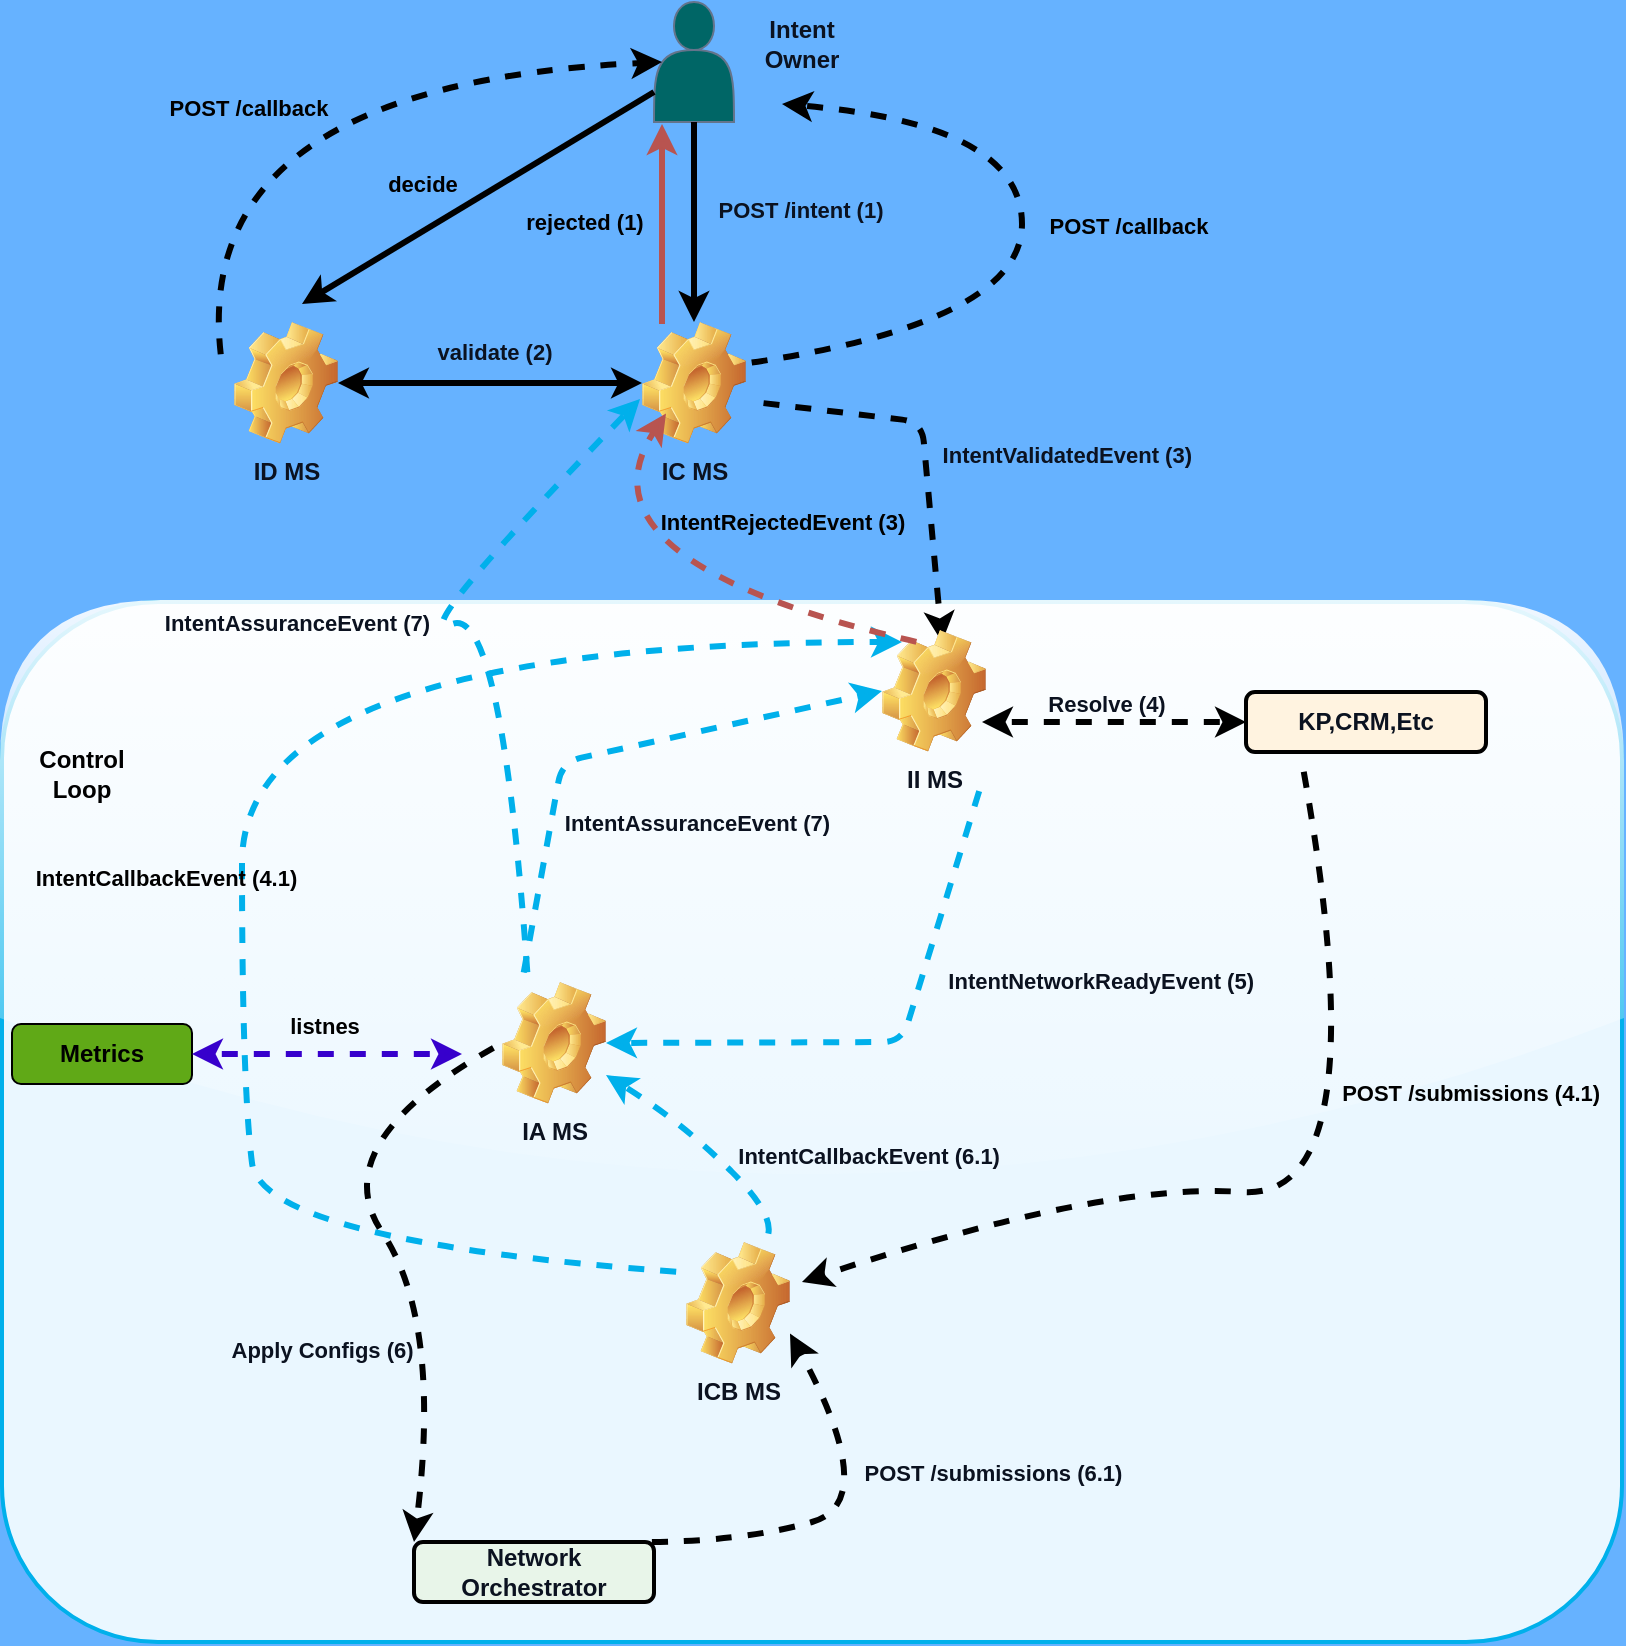
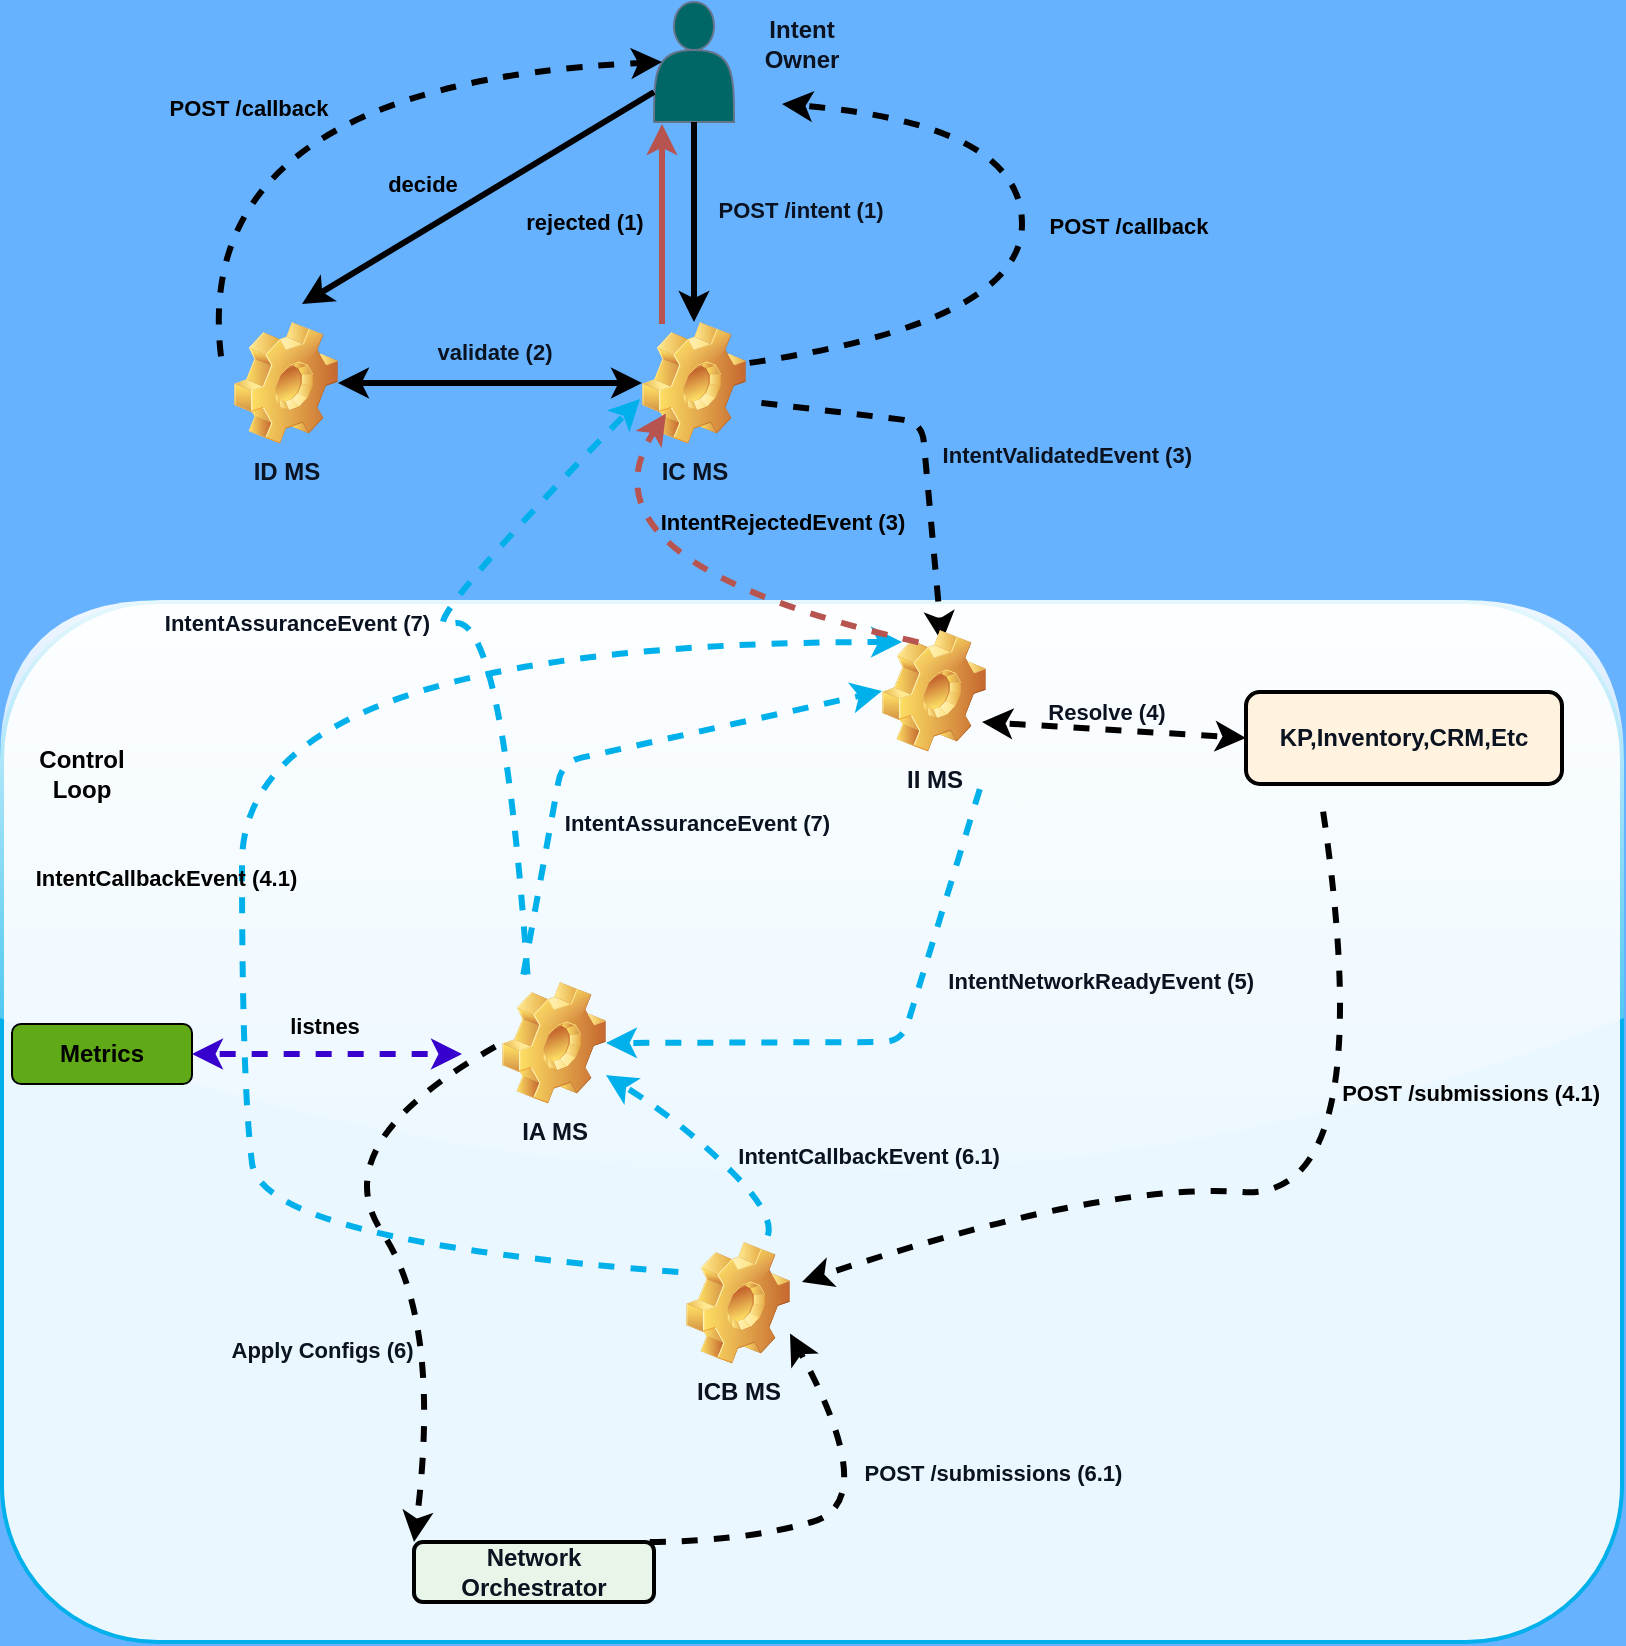
<mxfile host="65bd71144e">
    <diagram id="hkdiFI0e61aXNWWX01rr" name="Page-1">
        <mxGraphModel dx="678" dy="638" grid="1" gridSize="10" guides="1" tooltips="1" connect="1" arrows="1" fold="1" page="1" pageScale="1" pageWidth="827" pageHeight="1169" background="#66B2FF" math="0" shadow="0">
            <root>
                <mxCell id="0"/>
                <mxCell id="1" parent="0"/>
                <mxCell id="44" value="" style="rounded=1;whiteSpace=wrap;html=1;strokeWidth=2;glass=1;shadow=0;fillStyle=auto;fillColor=#EAF7FF;fontColor=#0B1220;strokeColor=#00B0EB;" parent="1" vertex="1">
                    <mxGeometry x="10" y="449" width="810" height="520" as="geometry"/>
                </mxCell>
                <mxCell id="2" value="IA MS" style="shape=image;html=1;verticalLabelPosition=bottom;verticalAlign=top;imageAspect=1;aspect=fixed;image=img/clipart/Gear_128x128.png;container=0;fontStyle=1;fillColor=#E6F7FF;strokeColor=#00B0EB;fontColor=#0B1220;strokeWidth=2;shadow=0;" parent="1" vertex="1">
                    <mxGeometry x="260" y="639" width="52" height="61" as="geometry"/>
                </mxCell>
                <mxCell id="7" value="" style="endArrow=classic;html=1;shadow=0;flowAnimation=1;strokeWidth=3;strokeColor=#00B0EB;entryX=0;entryY=0.5;entryDx=0;entryDy=0;jumpStyle=arc;fontColor=#0B1220;" parent="1" target="28" edge="1">
                    <mxGeometry width="50" height="50" relative="1" as="geometry">
                        <mxPoint x="270" y="639" as="sourcePoint"/>
                        <mxPoint x="430" y="489" as="targetPoint"/>
                        <Array as="points">
                            <mxPoint x="290" y="529"/>
                        </Array>
                    </mxGeometry>
                </mxCell>
                <mxCell id="9" value="IntentNetworkReadyEvent (5)" style="edgeLabel;align=center;verticalAlign=middle;resizable=0;points=[];container=0;fontColor=#0B1220;labelBackgroundColor=none;fontStyle=1;fillColor=#E8F5E9;strokeColor=#2E7D32;strokeWidth=2;shadow=0;" parent="7" vertex="1" connectable="0">
                    <mxGeometry x="0.0249" y="3" relative="1" as="geometry">
                        <mxPoint x="241" y="118" as="offset"/>
                    </mxGeometry>
                </mxCell>
                <mxCell id="8" value="" style="endArrow=classic;html=1;entryX=1;entryY=0.5;entryDx=0;entryDy=0;exitX=1;exitY=1;exitDx=0;exitDy=0;flowAnimation=1;jumpStyle=arc;strokeWidth=3;strokeColor=#00B0EB;fontColor=#0B1220;" parent="1" target="2" edge="1">
                    <mxGeometry width="50" height="50" relative="1" as="geometry">
                        <mxPoint x="500" y="539" as="sourcePoint"/>
                        <mxPoint x="470" y="719" as="targetPoint"/>
                        <Array as="points">
                            <mxPoint x="460" y="669"/>
                        </Array>
                    </mxGeometry>
                </mxCell>
                <mxCell id="10" value="IntentAssuranceEvent (7)" style="edgeLabel;align=center;verticalAlign=middle;resizable=0;points=[];container=0;labelBackgroundColor=none;fontStyle=1;fillColor=#FFEBEE;strokeColor=#C62828;fontColor=#0B1220;strokeWidth=2;shadow=0;" parent="8" vertex="1" connectable="0">
                    <mxGeometry x="-0.196" relative="1" as="geometry">
                        <mxPoint x="-109" y="-89" as="offset"/>
                    </mxGeometry>
                </mxCell>
                <mxCell id="12" value="IC MS" style="shape=image;html=1;verticalLabelPosition=bottom;verticalAlign=top;imageAspect=1;aspect=fixed;image=img/clipart/Gear_128x128.png;fontStyle=1;fillColor=#E6F7FF;strokeColor=#00B0EB;fontColor=#0B1220;strokeWidth=2;shadow=0;" parent="1" vertex="1">
                    <mxGeometry x="330" y="309" width="52" height="61" as="geometry"/>
                </mxCell>
                <mxCell id="13" value="" style="shape=actor;whiteSpace=wrap;html=1;fillColor=#006666;strokeColor=#64748B;fontColor=#0B1220;shadow=0;" parent="1" vertex="1">
                    <mxGeometry x="336" y="149" width="40" height="60" as="geometry"/>
                </mxCell>
                <mxCell id="14" value="" style="endArrow=classic;html=1;exitX=0.5;exitY=1;exitDx=0;exitDy=0;strokeWidth=3;flowAnimation=0;strokeColor=default;fontColor=#0B1220;" parent="1" source="13" target="12" edge="1">
                    <mxGeometry width="50" height="50" relative="1" as="geometry">
                        <mxPoint x="430" y="379" as="sourcePoint"/>
                        <mxPoint x="480" y="329" as="targetPoint"/>
                    </mxGeometry>
                </mxCell>
                <mxCell id="17" value="POST /intent (1)" style="edgeLabel;html=1;align=center;verticalAlign=middle;resizable=0;points=[];fontColor=#0B1220;fontStyle=1;labelBackgroundColor=none;strokeColor=#64748B;shadow=0;" parent="14" vertex="1" connectable="0">
                    <mxGeometry x="-0.13" relative="1" as="geometry">
                        <mxPoint x="53" as="offset"/>
                    </mxGeometry>
                </mxCell>
                <mxCell id="15" value="ICB MS" style="shape=image;html=1;verticalLabelPosition=bottom;verticalAlign=top;imageAspect=1;aspect=fixed;image=img/clipart/Gear_128x128.png;fontStyle=1;fillColor=#FFF3E0;strokeColor=#F57C00;fontColor=#0B1220;strokeWidth=2;shadow=0;" parent="1" vertex="1">
                    <mxGeometry x="352" y="769" width="52" height="61" as="geometry"/>
                </mxCell>
                <mxCell id="16" value="" style="endArrow=classic;html=1;exitX=0.5;exitY=1;exitDx=0;exitDy=0;strokeWidth=3;flowAnimation=1;jumpStyle=arc;strokeColor=default;fontColor=#0B1220;" parent="1" edge="1">
                    <mxGeometry width="50" height="50" relative="1" as="geometry">
                        <mxPoint x="386" y="349" as="sourcePoint"/>
                        <mxPoint x="480" y="469" as="targetPoint"/>
                        <Array as="points">
                            <mxPoint x="470" y="359"/>
                        </Array>
                    </mxGeometry>
                </mxCell>
                <mxCell id="18" value="IntentValidatedEvent (3)" style="edgeLabel;align=center;verticalAlign=middle;resizable=0;points=[];fontColor=#0B1220;fontStyle=1;labelBackgroundColor=none;strokeColor=#64748B;shadow=0;" parent="16" vertex="1" connectable="0">
                    <mxGeometry x="0.0229" y="-3" relative="1" as="geometry">
                        <mxPoint x="74" as="offset"/>
                    </mxGeometry>
                </mxCell>
                <mxCell id="21" value="Network Orchestrator" style="rounded=1;whiteSpace=wrap;html=1;fillColor=#E8F5E9;fontColor=#0B1220;strokeColor=default;fontStyle=1;strokeWidth=2;shadow=0;" parent="1" vertex="1">
                    <mxGeometry x="216" y="919" width="120" height="30" as="geometry"/>
                </mxCell>
                <mxCell id="22" value="Intent Owner" style="text;html=1;align=center;verticalAlign=middle;whiteSpace=wrap;rounded=0;fontStyle=1;fillColor=none;strokeColor=none;fontColor=#0B1220;strokeWidth=2;shadow=0;" parent="1" vertex="1">
                    <mxGeometry x="380" y="155" width="60" height="30" as="geometry"/>
                </mxCell>
-                 <mxCell id="23" value="KP,CRM,Etc" style="rounded=1;whiteSpace=wrap;html=1;fillColor=#FFF3E0;fontColor=#0B1220;strokeColor=default;fontStyle=1;strokeWidth=2;shadow=0;" parent="1" vertex="1">
-                     <mxGeometry x="632" y="494" width="120" height="30" as="geometry"/>
+                 <mxCell id="23" value="KP,Inventory,CRM,Etc" style="rounded=1;whiteSpace=wrap;html=1;fillColor=#FFF3E0;fontColor=#0B1220;strokeColor=default;fontStyle=1;strokeWidth=2;shadow=0;" parent="1" vertex="1">
+                     <mxGeometry x="632" y="494" width="158" height="46" as="geometry"/>
                </mxCell>
                <mxCell id="25" value="" style="endArrow=classic;startArrow=classic;html=1;exitX=1;exitY=0.5;exitDx=0;exitDy=0;entryX=0;entryY=0.5;entryDx=0;entryDy=0;endSize=6;strokeWidth=3;flowAnimation=1;strokeColor=default;fontColor=#0B1220;" parent="1" target="23" edge="1">
                    <mxGeometry width="50" height="50" relative="1" as="geometry">
                        <mxPoint x="500" y="509" as="sourcePoint"/>
                        <mxPoint x="590" y="519" as="targetPoint"/>
                    </mxGeometry>
                </mxCell>
                <mxCell id="34" value="Resolve (4)" style="edgeLabel;html=1;align=center;verticalAlign=middle;resizable=0;points=[];fontStyle=1;labelBackgroundColor=none;strokeColor=#64748B;fontColor=#0B1220;shadow=0;" parent="25" vertex="1" connectable="0">
                    <mxGeometry x="-0.0667" relative="1" as="geometry">
                        <mxPoint y="-9" as="offset"/>
                    </mxGeometry>
                </mxCell>
                <mxCell id="28" value="II MS" style="shape=image;html=1;verticalLabelPosition=bottom;verticalAlign=top;imageAspect=1;aspect=fixed;image=img/clipart/Gear_128x128.png;fontStyle=1;fillColor=#E6F7FF;strokeColor=#00B0EB;fontColor=#0B1220;strokeWidth=2;shadow=0;enumerate=0;treeMoving=0;" parent="1" vertex="1">
                    <mxGeometry x="450" y="463" width="52" height="61" as="geometry"/>
                </mxCell>
                <mxCell id="29" value="ID MS" style="shape=image;html=1;verticalLabelPosition=bottom;verticalAlign=top;imageAspect=1;aspect=fixed;image=img/clipart/Gear_128x128.png;fontStyle=1;fillColor=#E6F7FF;strokeColor=#00B0EB;fontColor=#0B1220;strokeWidth=2;shadow=0;" parent="1" vertex="1">
                    <mxGeometry x="126" y="309" width="52" height="61" as="geometry"/>
                </mxCell>
                <mxCell id="30" value="" style="endArrow=classic;startArrow=classic;html=1;exitX=1;exitY=0.5;exitDx=0;exitDy=0;entryX=0;entryY=0.5;entryDx=0;entryDy=0;strokeWidth=3;flowAnimation=0;strokeColor=default;fontColor=#0B1220;" parent="1" source="29" target="12" edge="1">
                    <mxGeometry width="50" height="50" relative="1" as="geometry">
                        <mxPoint x="280" y="469" as="sourcePoint"/>
                        <mxPoint x="330" y="419" as="targetPoint"/>
                    </mxGeometry>
                </mxCell>
                <mxCell id="31" value="validate (2)" style="edgeLabel;html=1;align=center;verticalAlign=middle;resizable=0;points=[];fontStyle=1;labelBackgroundColor=none;strokeColor=#64748B;fontColor=#0B1220;shadow=0;" parent="30" vertex="1" connectable="0">
                    <mxGeometry y="2" relative="1" as="geometry">
                        <mxPoint x="2" y="-14" as="offset"/>
                    </mxGeometry>
                </mxCell>
                <mxCell id="32" value="" style="curved=1;endArrow=classic;html=1;strokeWidth=3;flowAnimation=1;fillColor=#0050ef;strokeColor=default;fontColor=#0B1220;" parent="1" edge="1">
                    <mxGeometry width="50" height="50" relative="1" as="geometry">
-                         <mxPoint x="660" y="529" as="sourcePoint"/>
+                         <mxPoint x="670" y="550" as="sourcePoint"/>
                        <mxPoint x="410" y="789" as="targetPoint"/>
                        <Array as="points">
                            <mxPoint x="700" y="749"/>
                            <mxPoint x="560" y="739"/>
                        </Array>
                    </mxGeometry>
                </mxCell>
                <mxCell id="33" value="" style="curved=1;endArrow=classic;html=1;exitX=0;exitY=0.25;exitDx=0;exitDy=0;strokeWidth=3;flowAnimation=1;fillColor=#0050ef;strokeColor=#00B0EB;fontColor=#0B1220;" parent="1" source="15" edge="1">
                    <mxGeometry width="50" height="50" relative="1" as="geometry">
                        <mxPoint x="90" y="769" as="sourcePoint"/>
                        <mxPoint x="460" y="469" as="targetPoint"/>
                        <Array as="points">
                            <mxPoint x="140" y="769"/>
                            <mxPoint x="130" y="690"/>
                            <mxPoint x="130" y="469"/>
                        </Array>
                    </mxGeometry>
                </mxCell>
                <mxCell id="36" value="" style="curved=1;endArrow=classic;html=1;exitX=0;exitY=0.5;exitDx=0;exitDy=0;entryX=0;entryY=0;entryDx=0;entryDy=0;strokeWidth=3;fillColor=#e3c800;strokeColor=default;flowAnimation=1;fontColor=#0B1220;" parent="1" source="2" target="21" edge="1">
                    <mxGeometry width="50" height="50" relative="1" as="geometry">
                        <mxPoint x="230" y="859" as="sourcePoint"/>
                        <mxPoint x="280" y="809" as="targetPoint"/>
                        <Array as="points">
                            <mxPoint x="170" y="719"/>
                            <mxPoint x="230" y="809"/>
                        </Array>
                    </mxGeometry>
                </mxCell>
                <mxCell id="37" value="Apply Configs (6)" style="edgeLabel;align=center;verticalAlign=middle;resizable=0;points=[];labelBackgroundColor=none;fontColor=#0B1220;fontStyle=1;strokeColor=#64748B;shadow=0;" parent="36" vertex="1" connectable="0">
                    <mxGeometry x="0.2297" y="-7" relative="1" as="geometry">
                        <mxPoint x="-47" y="20" as="offset"/>
                    </mxGeometry>
                </mxCell>
                <mxCell id="38" value="" style="curved=1;endArrow=classic;html=1;entryX=1;entryY=0.75;entryDx=0;entryDy=0;fillColor=#e3c800;strokeColor=default;strokeWidth=3;flowAnimation=1;fontColor=#0B1220;" parent="1" target="15" edge="1">
                    <mxGeometry width="50" height="50" relative="1" as="geometry">
                        <mxPoint x="330" y="919" as="sourcePoint"/>
                        <mxPoint x="380" y="869" as="targetPoint"/>
                        <Array as="points">
                            <mxPoint x="380" y="919"/>
                            <mxPoint x="450" y="899"/>
                        </Array>
                    </mxGeometry>
                </mxCell>
                <mxCell id="39" value="POST /submissions (6.1)" style="edgeLabel;align=center;verticalAlign=middle;resizable=0;points=[];fontStyle=1;labelBackgroundColor=none;fontColor=#0B1220;strokeColor=#64748B;shadow=0;" parent="38" vertex="1" connectable="0">
                    <mxGeometry x="0.3261" y="9" relative="1" as="geometry">
                        <mxPoint x="74" as="offset"/>
                    </mxGeometry>
                </mxCell>
                <mxCell id="40" value="" style="curved=1;endArrow=classic;html=1;exitX=0.75;exitY=0;exitDx=0;exitDy=0;fillColor=#e3c800;strokeColor=#00B0EB;strokeWidth=3;flowAnimation=1;fontColor=#0B1220;" parent="1" source="15" target="2" edge="1">
                    <mxGeometry width="50" height="50" relative="1" as="geometry">
                        <mxPoint x="350" y="759" as="sourcePoint"/>
                        <mxPoint x="400" y="709" as="targetPoint"/>
                        <Array as="points">
                            <mxPoint x="400" y="759"/>
                            <mxPoint x="350" y="709"/>
                        </Array>
                    </mxGeometry>
                </mxCell>
                <mxCell id="41" value="IntentCallbackEvent (6.1)" style="edgeLabel;align=center;verticalAlign=middle;resizable=0;points=[];fontStyle=1;labelBackgroundColor=none;fontColor=#0B1220;strokeColor=#64748B;shadow=0;" parent="40" vertex="1" connectable="0">
                    <mxGeometry x="-0.0281" relative="1" as="geometry">
                        <mxPoint x="78" y="1" as="offset"/>
                    </mxGeometry>
                </mxCell>
                <mxCell id="46" value="" style="endArrow=classic;html=1;exitX=0;exitY=0.75;exitDx=0;exitDy=0;strokeWidth=3;" parent="1" source="13" edge="1">
                    <mxGeometry width="50" height="50" relative="1" as="geometry">
                        <mxPoint x="170" y="220" as="sourcePoint"/>
                        <mxPoint x="160" y="300" as="targetPoint"/>
                    </mxGeometry>
                </mxCell>
                <mxCell id="47" value="decide" style="edgeLabel;html=1;align=center;verticalAlign=middle;resizable=0;points=[];labelBackgroundColor=none;fontStyle=1" parent="46" vertex="1" connectable="0">
                    <mxGeometry x="-0.0222" y="1" relative="1" as="geometry">
                        <mxPoint x="-31" y="-7" as="offset"/>
                    </mxGeometry>
                </mxCell>
                <mxCell id="48" value="Metrics" style="rounded=1;whiteSpace=wrap;html=1;fillColor=#60a917;fontColor=default;strokeColor=default;fontStyle=1" parent="1" vertex="1">
                    <mxGeometry x="15" y="660" width="90" height="30" as="geometry"/>
                </mxCell>
                <mxCell id="49" value="" style="endArrow=classic;startArrow=classic;html=1;exitX=1;exitY=0.5;exitDx=0;exitDy=0;strokeWidth=3;flowAnimation=1;strokeColor=#3700CC;jumpStyle=arc;fillColor=#6a00ff;" parent="1" source="48" edge="1">
                    <mxGeometry width="50" height="50" relative="1" as="geometry">
                        <mxPoint x="150" y="720" as="sourcePoint"/>
                        <mxPoint x="240" y="675" as="targetPoint"/>
                    </mxGeometry>
                </mxCell>
                <mxCell id="55" value="listnes" style="edgeLabel;html=1;align=center;verticalAlign=middle;resizable=0;points=[];labelBackgroundColor=none;fontStyle=1" parent="49" vertex="1" connectable="0">
                    <mxGeometry x="-0.0462" y="4" relative="1" as="geometry">
                        <mxPoint x="1" y="-10" as="offset"/>
                    </mxGeometry>
                </mxCell>
                <mxCell id="50" value="IntentCallbackEvent (4.1)" style="edgeLabel;align=center;verticalAlign=middle;resizable=0;points=[];fontStyle=1;labelBackgroundColor=none;fontColor=default;" parent="1" vertex="1" connectable="0">
                    <mxGeometry x="220.0011238408634" y="585.0011238408631" as="geometry">
                        <mxPoint x="-128" y="1" as="offset"/>
                    </mxGeometry>
                </mxCell>
                <mxCell id="51" value="POST /submissions (4.1)" style="edgeLabel;align=center;verticalAlign=middle;resizable=0;points=[];fontStyle=1;labelBackgroundColor=none;fontColor=default;" parent="1" vertex="1" connectable="0">
                    <mxGeometry x="744.3029013611379" y="693.5364916215115" as="geometry"/>
                </mxCell>
                <mxCell id="54" value="Control Loop" style="text;html=1;align=center;verticalAlign=middle;whiteSpace=wrap;rounded=0;fontStyle=1" parent="1" vertex="1">
                    <mxGeometry x="20" y="520" width="60" height="30" as="geometry"/>
                </mxCell>
                <mxCell id="56" value="" style="endArrow=classic;html=1;rounded=0;jumpStyle=arc;curved=1;strokeWidth=3;shadow=0;flowAnimation=1;" parent="1" edge="1">
                    <mxGeometry width="50" height="50" relative="1" as="geometry">
                        <mxPoint x="380" y="330" as="sourcePoint"/>
                        <mxPoint x="400" y="200" as="targetPoint"/>
                        <Array as="points">
                            <mxPoint x="520" y="310"/>
                            <mxPoint x="520" y="210"/>
                        </Array>
                    </mxGeometry>
                </mxCell>
                <mxCell id="57" value="POST /callback" style="edgeLabel;html=1;align=center;verticalAlign=middle;resizable=0;points=[];labelBackgroundColor=none;fontStyle=1" parent="56" vertex="1" connectable="0">
                    <mxGeometry x="0.0525" y="1" relative="1" as="geometry">
                        <mxPoint x="54" as="offset"/>
                    </mxGeometry>
                </mxCell>
                <mxCell id="58" value="" style="endArrow=classic;html=1;rounded=0;entryX=0.1;entryY=0.5;entryDx=0;entryDy=0;entryPerimeter=0;curved=1;strokeWidth=3;flowAnimation=1;" parent="1" target="13" edge="1">
                    <mxGeometry width="50" height="50" relative="1" as="geometry">
                        <mxPoint x="120" y="330" as="sourcePoint"/>
                        <mxPoint x="130" y="210" as="targetPoint"/>
                        <Array as="points">
                            <mxPoint x="100" y="190"/>
                        </Array>
                    </mxGeometry>
                </mxCell>
                <mxCell id="59" value="POST /callback" style="edgeLabel;html=1;align=center;verticalAlign=middle;resizable=0;points=[];labelBackgroundColor=none;fontStyle=1" parent="1" vertex="1" connectable="0">
                    <mxGeometry x="133" y="201.4213562373095" as="geometry"/>
                </mxCell>
                <mxCell id="60" value="" style="endArrow=classic;html=1;rounded=0;strokeWidth=3;fillColor=#f8cecc;strokeColor=#b85450;" parent="1" edge="1">
                    <mxGeometry width="50" height="50" relative="1" as="geometry">
                        <mxPoint x="340" y="310" as="sourcePoint"/>
                        <mxPoint x="340" y="210" as="targetPoint"/>
                    </mxGeometry>
                </mxCell>
                <mxCell id="61" value="rejected (1)" style="edgeLabel;html=1;align=center;verticalAlign=middle;resizable=0;points=[];labelBackgroundColor=none;fontStyle=1" parent="60" vertex="1" connectable="0">
                    <mxGeometry x="0.0312" y="1" relative="1" as="geometry">
                        <mxPoint x="-38" as="offset"/>
                    </mxGeometry>
                </mxCell>
                <mxCell id="62" value="" style="endArrow=classic;html=1;rounded=0;entryX=0;entryY=0.75;entryDx=0;entryDy=0;strokeWidth=3;fillColor=#f8cecc;strokeColor=#b85450;flowAnimation=1;jumpStyle=arc;curved=1;" parent="1" edge="1">
                    <mxGeometry width="50" height="50" relative="1" as="geometry">
                        <mxPoint x="472" y="470" as="sourcePoint"/>
                        <mxPoint x="342" y="354.75" as="targetPoint"/>
                        <Array as="points">
                            <mxPoint x="292" y="430"/>
                        </Array>
                    </mxGeometry>
                </mxCell>
                <mxCell id="63" value="IntentRejectedEvent (3)" style="edgeLabel;html=1;align=center;verticalAlign=middle;resizable=0;points=[];labelBackgroundColor=none;fontStyle=1" parent="62" vertex="1" connectable="0">
                    <mxGeometry x="0.6388" y="-23" relative="1" as="geometry">
                        <mxPoint x="66" as="offset"/>
                    </mxGeometry>
                </mxCell>
                <mxCell id="69" value="" style="curved=1;endArrow=classic;html=1;exitX=0.25;exitY=0;exitDx=0;exitDy=0;entryX=-0.019;entryY=0.631;entryDx=0;entryDy=0;entryPerimeter=0;strokeWidth=3;flowAnimation=1;strokeColor=#00B0EB;" parent="1" source="2" target="12" edge="1">
                    <mxGeometry width="50" height="50" relative="1" as="geometry">
                        <mxPoint x="210" y="520" as="sourcePoint"/>
                        <mxPoint x="260" y="470" as="targetPoint"/>
                        <Array as="points">
                            <mxPoint x="260" y="450"/>
                            <mxPoint x="210" y="470"/>
                        </Array>
                    </mxGeometry>
                </mxCell>
                <mxCell id="70" value="IntentAssuranceEvent (7)" style="edgeLabel;align=center;verticalAlign=middle;resizable=0;points=[];container=0;labelBackgroundColor=none;fontStyle=1;fillColor=#FFEBEE;strokeColor=#C62828;fontColor=#0B1220;strokeWidth=2;shadow=0;" parent="1" vertex="1" connectable="0">
                    <mxGeometry x="157.4742132325223" y="458.9588069943022" as="geometry"/>
                </mxCell>
            </root>
        </mxGraphModel>
    </diagram>
</mxfile>